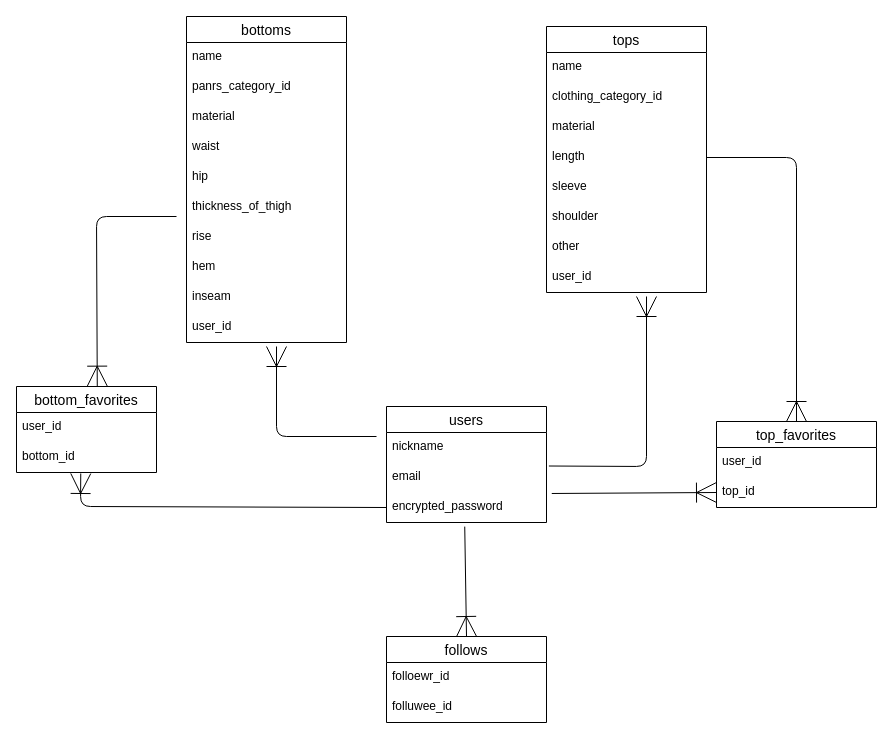
Above: fukulog.dio in YuyaAbe0331/fukulog (draw.io), before the change. Source tidied: cells renumbered, new cells numbered last; positions are measured from the earlier drawing's top-left corner, leaving out a move shared by most shapes. Both pictures are drawn from the tidied source at 100%, with x=0, y=0 at pixel (16, 16).
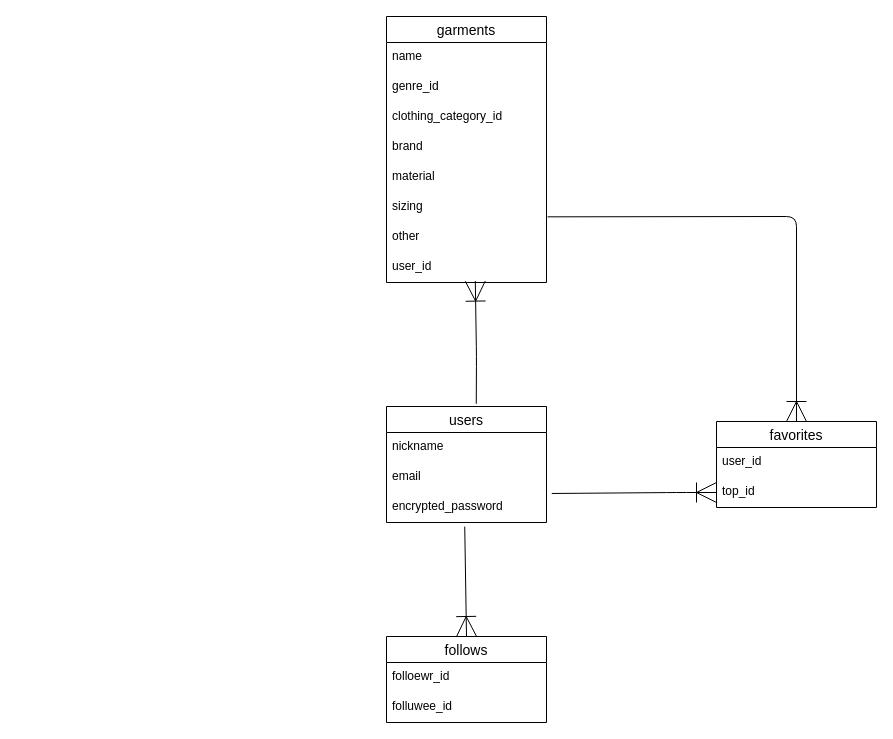
The same page after the edit.

Unchanged cells that the change refers to:
```xml
<mxCell id="2" value="users" style="swimlane;fontStyle=0;horizontal=1;startSize=26;align=center;fontSize=14;" parent="1" vertex="1">
  <mxGeometry x="370" y="390" width="160" height="116" as="geometry" />
</mxCell>
<mxCell id="4" value="email" style="text;strokeColor=none;fillColor=none;spacingLeft=4;spacingRight=4;overflow=hidden;points=[[0,0.5],[1,0.5]];portConstraint=eastwest;fontSize=12;" parent="2" vertex="1">
  <mxGeometry y="56" width="160" height="30" as="geometry" />
</mxCell>
<mxCell id="5" value="encrypted_password" style="text;strokeColor=none;fillColor=none;spacingLeft=4;spacingRight=4;overflow=hidden;points=[[0,0.5],[1,0.5]];portConstraint=eastwest;fontSize=12;" parent="2" vertex="1">
  <mxGeometry y="86" width="160" height="30" as="geometry" />
</mxCell>
<mxCell id="14" value="user_id" style="text;strokeColor=none;fillColor=none;spacingLeft=4;spacingRight=4;overflow=hidden;points=[[0,0.5],[1,0.5]];portConstraint=eastwest;fontSize=12;" parent="6" vertex="1">
  <mxGeometry y="236" width="160" height="30" as="geometry" />
</mxCell>
<mxCell id="35" value="top_id" style="text;strokeColor=none;fillColor=none;spacingLeft=4;spacingRight=4;overflow=hidden;points=[[0,0.5],[1,0.5]];portConstraint=eastwest;fontSize=12;" parent="33" vertex="1">
  <mxGeometry y="56" width="160" height="30" as="geometry" />
</mxCell>
```

Change to the diagram source:
```diff
@@
-    <mxCell id="6" value="tops" style="swimlane;fontStyle=0;horizontal=1;startSize=26;align=center;fontSize=14;" parent="1" vertex="1">
-      <mxGeometry x="530" y="10" width="160" height="266" as="geometry" />
+    <mxCell id="6" value="garments" style="swimlane;fontStyle=0;horizontal=1;startSize=26;align=center;fontSize=14;" parent="1" vertex="1">
+      <mxGeometry x="370" width="160" height="266" as="geometry" />
     </mxCell>
@@
+    <mxCell id="42" value="genre_id" style="text;strokeColor=none;fillColor=none;spacingLeft=4;spacingRight=4;overflow=hidden;fontSize=12;" parent="6" vertex="1">
+      <mxGeometry y="56" width="160" height="30" as="geometry" />
+    </mxCell>
     <mxCell id="8" value="clothing_category_id" style="text;strokeColor=none;fillColor=none;spacingLeft=4;spacingRight=4;overflow=hidden;fontSize=12;" parent="6" vertex="1">
-      <mxGeometry y="56" width="160" height="30" as="geometry" />
+      <mxGeometry y="86" width="160" height="30" as="geometry" />
     </mxCell>
+    <mxCell id="43" value="brand" style="text;strokeColor=none;fillColor=none;spacingLeft=4;spacingRight=4;overflow=hidden;fontSize=12;" parent="6" vertex="1">
+      <mxGeometry y="116" width="160" height="30" as="geometry" />
+    </mxCell>
     <mxCell id="9" value="material" style="text;strokeColor=none;fillColor=none;spacingLeft=4;spacingRight=4;overflow=hidden;fontSize=12;" parent="6" vertex="1">
-      <mxGeometry y="86" width="160" height="30" as="geometry" />
+      <mxGeometry y="146" width="160" height="30" as="geometry" />
     </mxCell>
-    <mxCell id="10" value="length" style="text;strokeColor=none;fillColor=none;spacingLeft=4;spacingRight=4;overflow=hidden;points=[[0,0.5],[1,0.5]];portConstraint=eastwest;fontSize=12;" parent="6" vertex="1">
-      <mxGeometry y="116" width="160" height="30" as="geometry" />
+    <mxCell id="10" value="sizing" style="text;strokeColor=none;fillColor=none;spacingLeft=4;spacingRight=4;overflow=hidden;points=[[0,0.5],[1,0.5]];portConstraint=eastwest;fontSize=12;" parent="6" vertex="1">
+      <mxGeometry y="176" width="160" height="30" as="geometry" />
     </mxCell>
-    <mxCell id="11" value="sleeve" style="text;strokeColor=none;fillColor=none;spacingLeft=4;spacingRight=4;overflow=hidden;fontSize=12;" parent="6" vertex="1">
-      <mxGeometry y="146" width="160" height="30" as="geometry" />
-    </mxCell>
-    <mxCell id="12" value="shoulder" style="text;strokeColor=none;fillColor=none;spacingLeft=4;spacingRight=4;overflow=hidden;fontSize=12;" parent="6" vertex="1">
-      <mxGeometry y="176" width="160" height="30" as="geometry" />
-    </mxCell>
@@
-    <mxCell id="15" style="fontSize=12;html=1;endArrow=ERoneToMany;exitX=1.015;exitY=0.117;exitDx=0;exitDy=0;endSize=18;exitPerimeter=0;" parent="1" edge="1" source="4">
-      <mxGeometry relative="1" as="geometry">
-        <mxPoint x="630" y="280" as="targetPoint" />
-        <Array as="points">
-          <mxPoint x="630" y="450" />
-        </Array>
-      </mxGeometry>
-    </mxCell>
-    <mxCell id="16" value="bottoms" style="swimlane;fontStyle=0;horizontal=1;startSize=26;align=center;fontSize=14;" parent="1" vertex="1">
-      <mxGeometry x="170" width="160" height="326" as="geometry" />
-    </mxCell>
-    <mxCell id="17" value="name" style="text;strokeColor=none;fillColor=none;spacingLeft=4;spacingRight=4;overflow=hidden;fontSize=12;" parent="16" vertex="1">
-      <mxGeometry y="26" width="160" height="30" as="geometry" />
-    </mxCell>
-    <mxCell id="18" value="panrs_category_id" style="text;strokeColor=none;fillColor=none;spacingLeft=4;spacingRight=4;overflow=hidden;fontSize=12;" parent="16" vertex="1">
-      <mxGeometry y="56" width="160" height="30" as="geometry" />
-    </mxCell>
-    <mxCell id="19" value="material" style="text;strokeColor=none;fillColor=none;spacingLeft=4;spacingRight=4;overflow=hidden;fontSize=12;" parent="16" vertex="1">
-      <mxGeometry y="86" width="160" height="30" as="geometry" />
-    </mxCell>
-    <mxCell id="20" value="waist" style="text;strokeColor=none;fillColor=none;spacingLeft=4;spacingRight=4;overflow=hidden;fontSize=12;" parent="16" vertex="1">
-      <mxGeometry y="116" width="160" height="30" as="geometry" />
-    </mxCell>
-    <mxCell id="21" value="hip" style="text;strokeColor=none;fillColor=none;spacingLeft=4;spacingRight=4;overflow=hidden;fontSize=12;" parent="16" vertex="1">
-      <mxGeometry y="146" width="160" height="30" as="geometry" />
-    </mxCell>
-    <mxCell id="22" value="thickness_of_thigh" style="text;strokeColor=none;fillColor=none;spacingLeft=4;spacingRight=4;overflow=hidden;fontSize=12;" parent="16" vertex="1">
-      <mxGeometry y="176" width="160" height="30" as="geometry" />
-    </mxCell>
-    <mxCell id="23" value="rise" style="text;strokeColor=none;fillColor=none;spacingLeft=4;spacingRight=4;overflow=hidden;fontSize=12;" parent="16" vertex="1">
-      <mxGeometry y="206" width="160" height="30" as="geometry" />
-    </mxCell>
-    <mxCell id="24" value="hem" style="text;strokeColor=none;fillColor=none;spacingLeft=4;spacingRight=4;overflow=hidden;fontSize=12;" parent="16" vertex="1">
-      <mxGeometry y="236" width="160" height="30" as="geometry" />
-    </mxCell>
-    <mxCell id="25" value="inseam" style="text;strokeColor=none;fillColor=none;spacingLeft=4;spacingRight=4;overflow=hidden;fontSize=12;" parent="16" vertex="1">
-      <mxGeometry y="266" width="160" height="30" as="geometry" />
-    </mxCell>
-    <mxCell id="26" value="user_id" style="text;strokeColor=none;fillColor=none;spacingLeft=4;spacingRight=4;overflow=hidden;fontSize=12;" parent="16" vertex="1">
-      <mxGeometry y="296" width="160" height="30" as="geometry" />
-    </mxCell>
-    <mxCell id="27" style="fontSize=12;html=1;endArrow=ERoneToMany;endSize=18;" parent="1" edge="1">
-      <mxGeometry relative="1" as="geometry">
-        <mxPoint x="360" y="420" as="sourcePoint" />
-        <mxPoint x="260" y="330" as="targetPoint" />
-        <Array as="points">
-          <mxPoint x="260" y="420" />
-        </Array>
-      </mxGeometry>
-    </mxCell>
-    <mxCell id="28" value="bottom_favorites" style="swimlane;fontStyle=0;horizontal=1;startSize=26;align=center;fontSize=14;" parent="1" vertex="1">
-      <mxGeometry y="370" width="140" height="86" as="geometry" />
-    </mxCell>
-    <mxCell id="29" value="user_id" style="text;strokeColor=none;fillColor=none;spacingLeft=4;spacingRight=4;overflow=hidden;fontSize=12;" parent="28" vertex="1">
-      <mxGeometry y="26" width="140" height="30" as="geometry" />
-    </mxCell>
-    <mxCell id="30" value="bottom_id" style="text;strokeColor=none;fillColor=none;spacingLeft=4;spacingRight=4;overflow=hidden;points=[[0,0.5],[1,0.5]];portConstraint=eastwest;fontSize=12;" parent="28" vertex="1">
-      <mxGeometry y="56" width="140" height="30" as="geometry" />
-    </mxCell>
-    <mxCell id="31" style="fontSize=12;html=1;endArrow=ERoneToMany;endSize=18;entryX=0.577;entryY=-0.004;entryDx=0;entryDy=0;entryPerimeter=0;" parent="1" edge="1" target="28">
-      <mxGeometry relative="1" as="geometry">
-        <mxPoint x="160" y="200" as="sourcePoint" />
-        <Array as="points">
-          <mxPoint x="80" y="200" />
-        </Array>
-      </mxGeometry>
-    </mxCell>
-    <mxCell id="32" style="fontSize=12;html=1;endArrow=ERoneToMany;endSize=18;exitX=0;exitY=0.5;exitDx=0;exitDy=0;entryX=0.459;entryY=1.033;entryDx=0;entryDy=0;entryPerimeter=0;" parent="1" edge="1" source="5" target="30">
-      <mxGeometry relative="1" as="geometry">
-        <Array as="points">
-          <mxPoint x="64" y="490" />
-        </Array>
-      </mxGeometry>
-    </mxCell>
-    <mxCell id="33" value="top_favorites" style="swimlane;fontStyle=0;horizontal=1;startSize=26;align=center;fontSize=14;" parent="1" vertex="1">
+    <mxCell id="33" value="favorites" style="swimlane;fontStyle=0;horizontal=1;startSize=26;align=center;fontSize=14;" parent="1" vertex="1">
       <mxGeometry x="700" y="405" width="160" height="86" as="geometry" />
     </mxCell>
@@
-    <mxCell id="36" style="fontSize=12;html=1;endArrow=ERoneToMany;endSize=18;entryX=0.5;entryY=0;entryDx=0;entryDy=0;exitX=1;exitY=0.5;exitDx=0;exitDy=0;" parent="1" edge="1" source="10" target="33">
+    <mxCell id="36" style="fontSize=12;html=1;endArrow=ERoneToMany;endSize=18;entryX=0.5;entryY=0;entryDx=0;entryDy=0;exitX=1.007;exitY=0.811;exitDx=0;exitDy=0;exitPerimeter=0;" parent="1" edge="1" source="10" target="33">
       <mxGeometry relative="1" as="geometry">
         <Array as="points">
-          <mxPoint x="780" y="141" />
+          <mxPoint x="780" y="200" />
         </Array>
       </mxGeometry>
     </mxCell>
     <mxCell id="37" style="fontSize=12;html=1;endArrow=ERoneToMany;endSize=18;exitX=1.033;exitY=0.033;exitDx=0;exitDy=0;entryX=0;entryY=0.5;entryDx=0;entryDy=0;exitPerimeter=0;" parent="1" edge="1" source="5" target="35">
-      <mxGeometry relative="1" as="geometry" />
+      <mxGeometry relative="1" as="geometry">
+        <Array as="points">
+          <mxPoint x="660" y="476" />
+        </Array>
+      </mxGeometry>
     </mxCell>
@@
+    <mxCell id="15" style="fontSize=12;html=1;endArrow=ERoneToMany;endSize=18;exitX=0.561;exitY=-0.024;exitDx=0;exitDy=0;exitPerimeter=0;entryX=0.555;entryY=0.954;entryDx=0;entryDy=0;entryPerimeter=0;" parent="1" edge="1" source="2" target="14">
+      <mxGeometry relative="1" as="geometry">
+        <Array as="points">
+          <mxPoint x="460" y="340" />
+        </Array>
+      </mxGeometry>
+    </mxCell>
```
